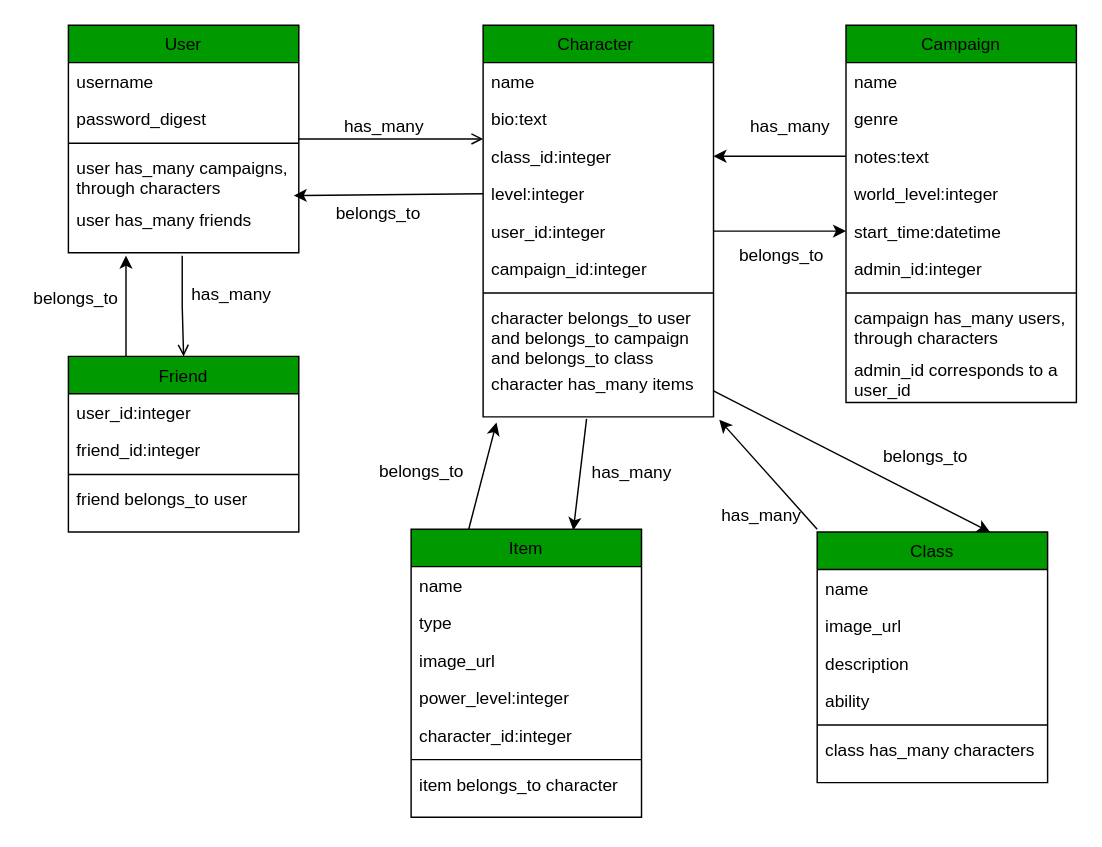
Earlier version of the draw.io diagram database-diagram.drawio (Holden-VanKeyes/proj4). Source tidied: cells renumbered, new cells numbered last; positions are measured from the earlier drawing's top-left corner, leaving out a move shared by most shapes. Both pictures are drawn from the tidied source at 144%, with x=0, y=0 at pixel (24, 24).
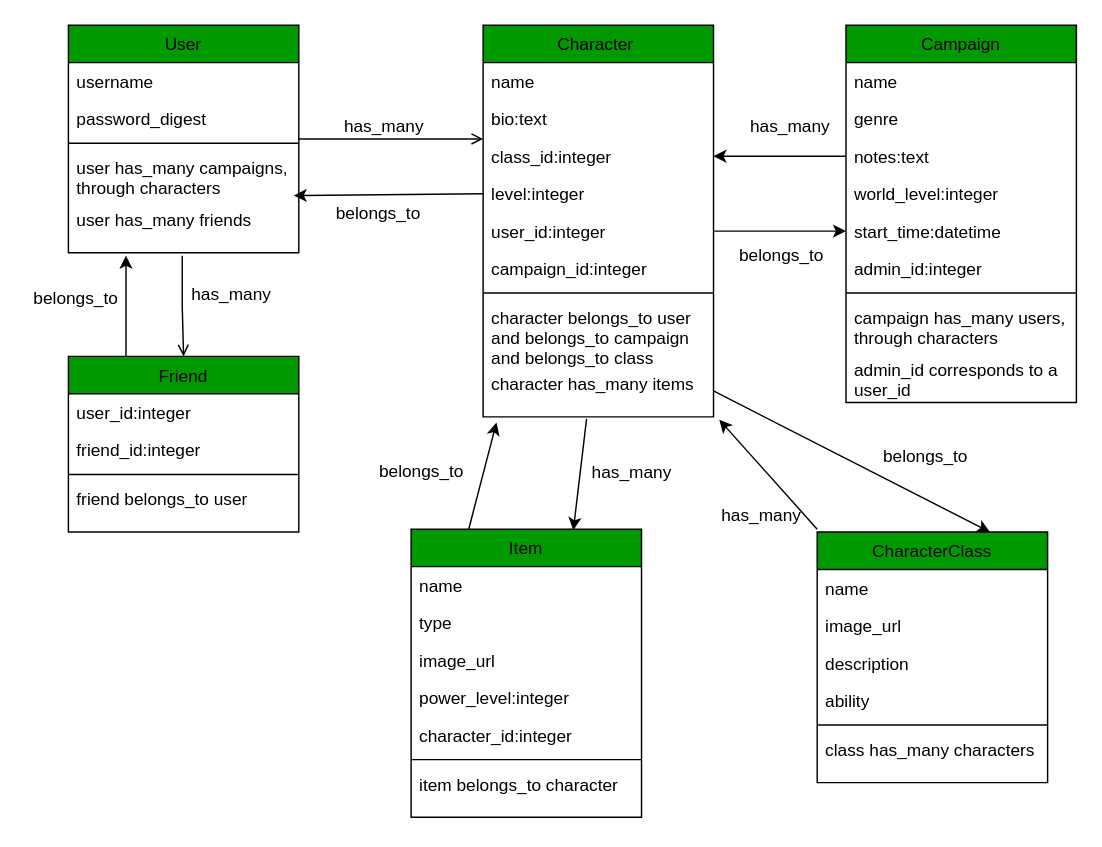
The same diagram, later.

Diff of the diagram source:
```diff
@@
-    <mxCell id="52" value="Class" style="swimlane;fontStyle=0;align=center;verticalAlign=top;horizontal=1;startSize=26;rounded=0;shadow=0;strokeWidth=1;fillColor=#009900;" parent="1" vertex="1">
+    <mxCell id="52" value="CharacterClass" style="swimlane;fontStyle=0;align=center;verticalAlign=top;horizontal=1;startSize=26;rounded=0;shadow=0;strokeWidth=1;fillColor=#009900;" parent="1" vertex="1">
       <mxGeometry x="550" y="352" width="160" height="174" as="geometry" />
     </mxCell>
```
